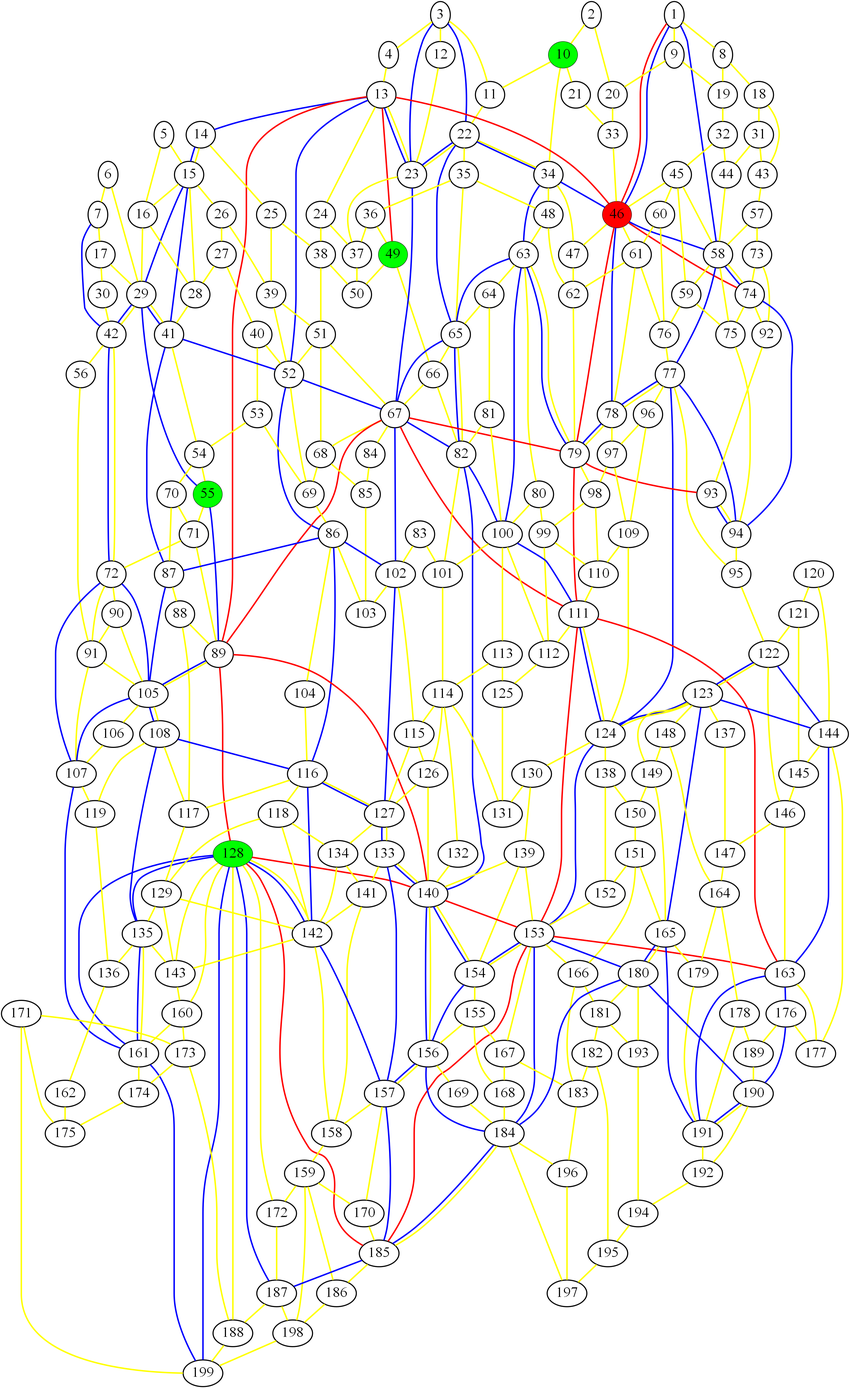
Earlier version of the Graphviz export graph_11.png (ed-churchill/complex-systems-project). Its source is kept beside it as graph_11.gv.
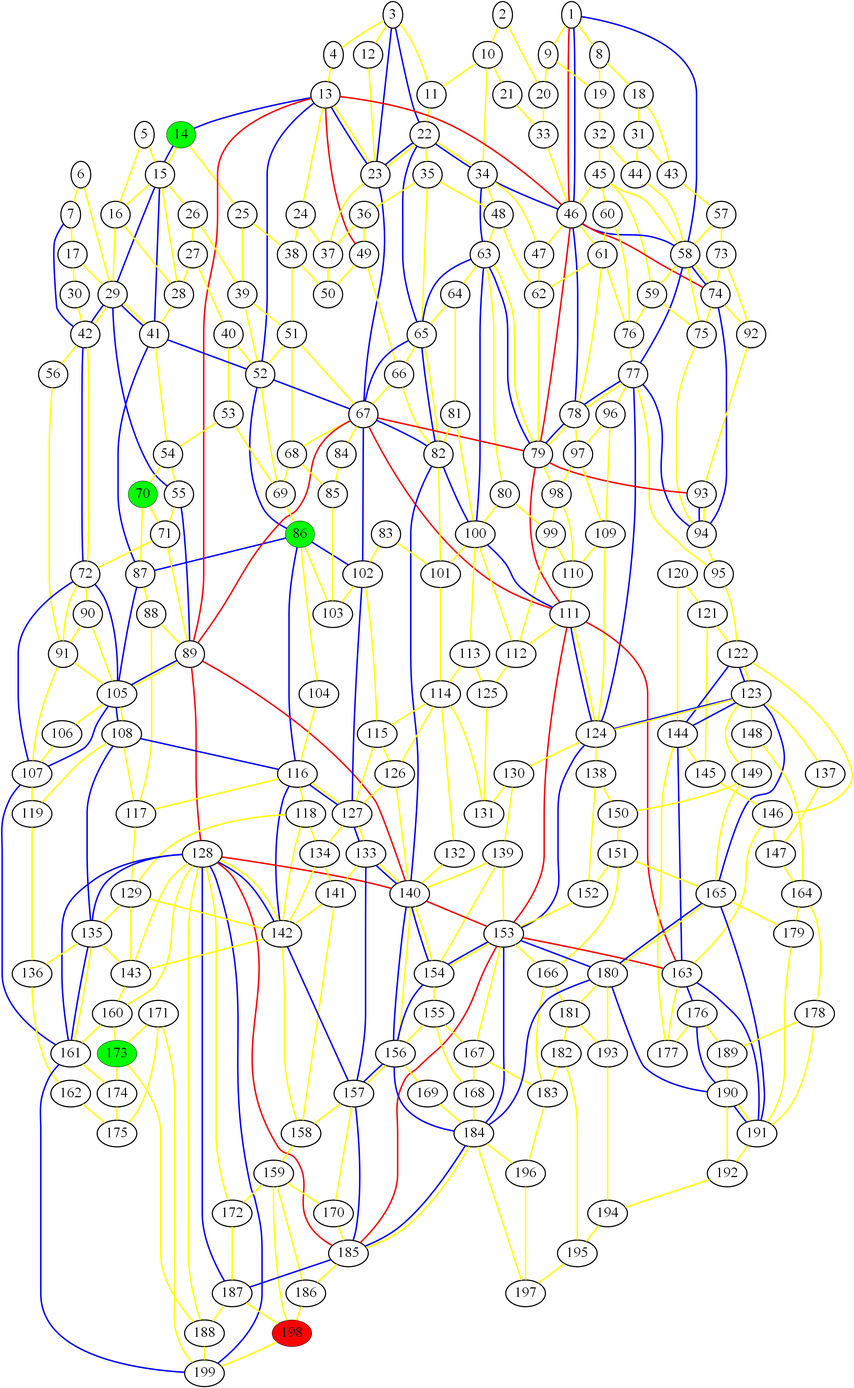
Later version of the same file.

Diff of the diagram source:
```diff
@@ -1,9 +1,9 @@
 graph london_graph {
-46 [fillcolor=red, fontsize=40, pendwidth=3, style=filled];
-55 [fillcolor=green, fontsize=40, pendwidth=3, style=filled];
-10 [fillcolor=green, fontsize=40, pendwidth=3, style=filled];
-128 [fillcolor=green, fontsize=40, pendwidth=3, style=filled];
-49 [fillcolor=green, fontsize=40, pendwidth=3, style=filled];
+198 [fillcolor=red, fontsize=40, pendwidth=3, style=filled];
+173 [fillcolor=green, fontsize=40, pendwidth=3, style=filled];
+14 [fillcolor=green, fontsize=40, pendwidth=3, style=filled];
+86 [fillcolor=green, fontsize=40, pendwidth=3, style=filled];
+70 [fillcolor=green, fontsize=40, pendwidth=3, style=filled];
 1 [fontsize=40, penwidth=3];
 2 [fontsize=40, penwidth=3];
 3 [fontsize=40, penwidth=3];
@@ -13,10 +13,10 @@
 7 [fontsize=40, penwidth=3];
 8 [fontsize=40, penwidth=3];
 9 [fontsize=40, penwidth=3];
+10 [fontsize=40, penwidth=3];
 11 [fontsize=40, penwidth=3];
 12 [fontsize=40, penwidth=3];
 13 [fontsize=40, penwidth=3];
-14 [fontsize=40, penwidth=3];
 15 [fontsize=40, penwidth=3];
 16 [fontsize=40, penwidth=3];
 17 [fontsize=40, penwidth=3];
@@ -48,13 +48,16 @@
 43 [fontsize=40, penwidth=3];
 44 [fontsize=40, penwidth=3];
 45 [fontsize=40, penwidth=3];
+46 [fontsize=40, penwidth=3];
 47 [fontsize=40, penwidth=3];
 48 [fontsize=40, penwidth=3];
+49 [fontsize=40, penwidth=3];
 50 [fontsize=40, penwidth=3];
 51 [fontsize=40, penwidth=3];
 52 [fontsize=40, penwidth=3];
 53 [fontsize=40, penwidth=3];
 54 [fontsize=40, penwidth=3];
+55 [fontsize=40, penwidth=3];
 56 [fontsize=40, penwidth=3];
 57 [fontsize=40, penwidth=3];
 58 [fontsize=40, penwidth=3];
@@ -69,7 +72,6 @@
 67 [fontsize=40, penwidth=3];
 68 [fontsize=40, penwidth=3];
 69 [fontsize=40, penwidth=3];
-70 [fontsize=40, penwidth=3];
 71 [fontsize=40, penwidth=3];
 72 [fontsize=40, penwidth=3];
 73 [fontsize=40, penwidth=3];
@@ -85,7 +87,6 @@
 83 [fontsize=40, penwidth=3];
 84 [fontsize=40, penwidth=3];
 85 [fontsize=40, penwidth=3];
-86 [fontsize=40, penwidth=3];
 87 [fontsize=40, penwidth=3];
 88 [fontsize=40, penwidth=3];
 89 [fontsize=40, penwidth=3];
@@ -127,6 +128,7 @@
 125 [fontsize=40, penwidth=3];
 126 [fontsize=40, penwidth=3];
 127 [fontsize=40, penwidth=3];
+128 [fontsize=40, penwidth=3];
 129 [fontsize=40, penwidth=3];
 130 [fontsize=40, penwidth=3];
 131 [fontsize=40, penwidth=3];
@@ -171,7 +173,6 @@
 170 [fontsize=40, penwidth=3];
 171 [fontsize=40, penwidth=3];
 172 [fontsize=40, penwidth=3];
-173 [fontsize=40, penwidth=3];
 174 [fontsize=40, penwidth=3];
 175 [fontsize=40, penwidth=3];
 176 [fontsize=40, penwidth=3];
@@ -196,7 +197,6 @@
 195 [fontsize=40, penwidth=3];
 196 [fontsize=40, penwidth=3];
 197 [fontsize=40, penwidth=3];
-198 [fontsize=40, penwidth=3];
 199 [fontsize=40, penwidth=3];
 1 -- 46  [color=red, penwidth=4];
 13 -- 46  [color=red, penwidth=4];
```
